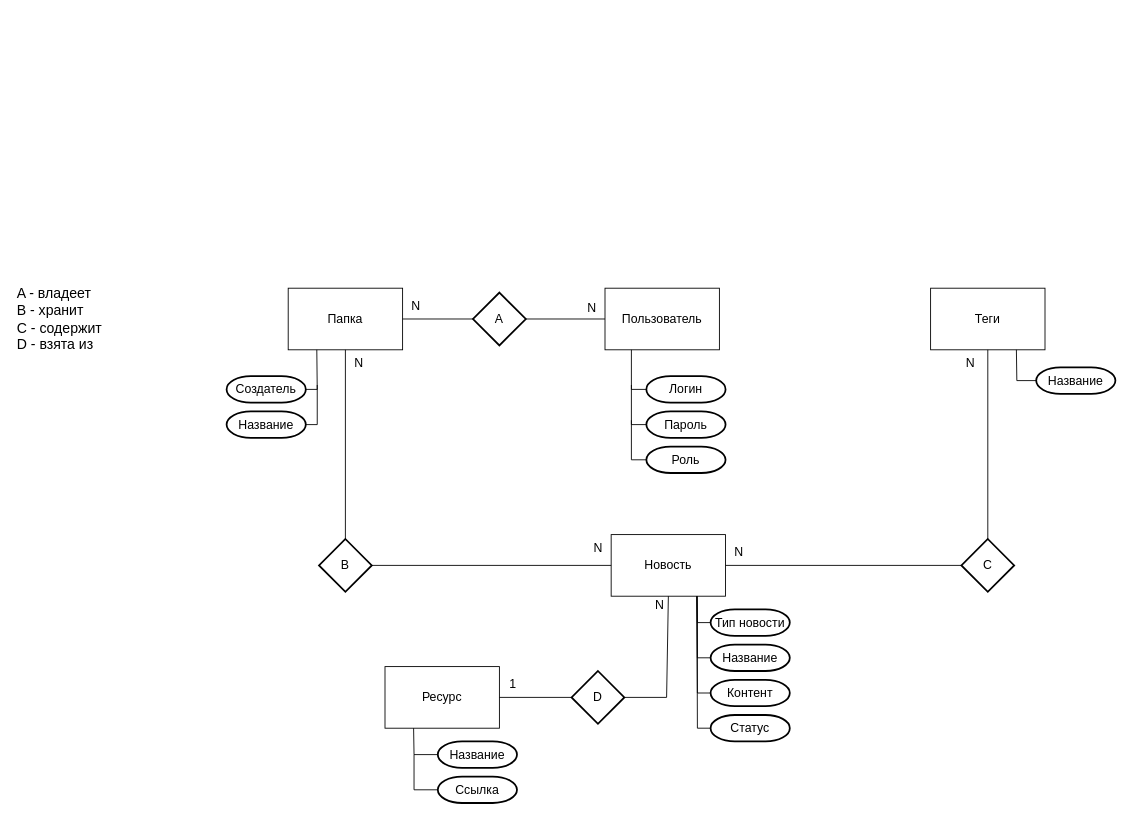
Before: графический материал/ER-diagrama.drawio in ApsilonXi/Hakaton2025Spring, a draw.io diagram. Source tidied: cells renumbered, new cells numbered last; positions are measured from the earlier drawing's top-left corner, leaving out a move shared by most shapes. Both pictures are drawn from the tidied source at 88%, with x=0, y=0 at pixel (15, 279).
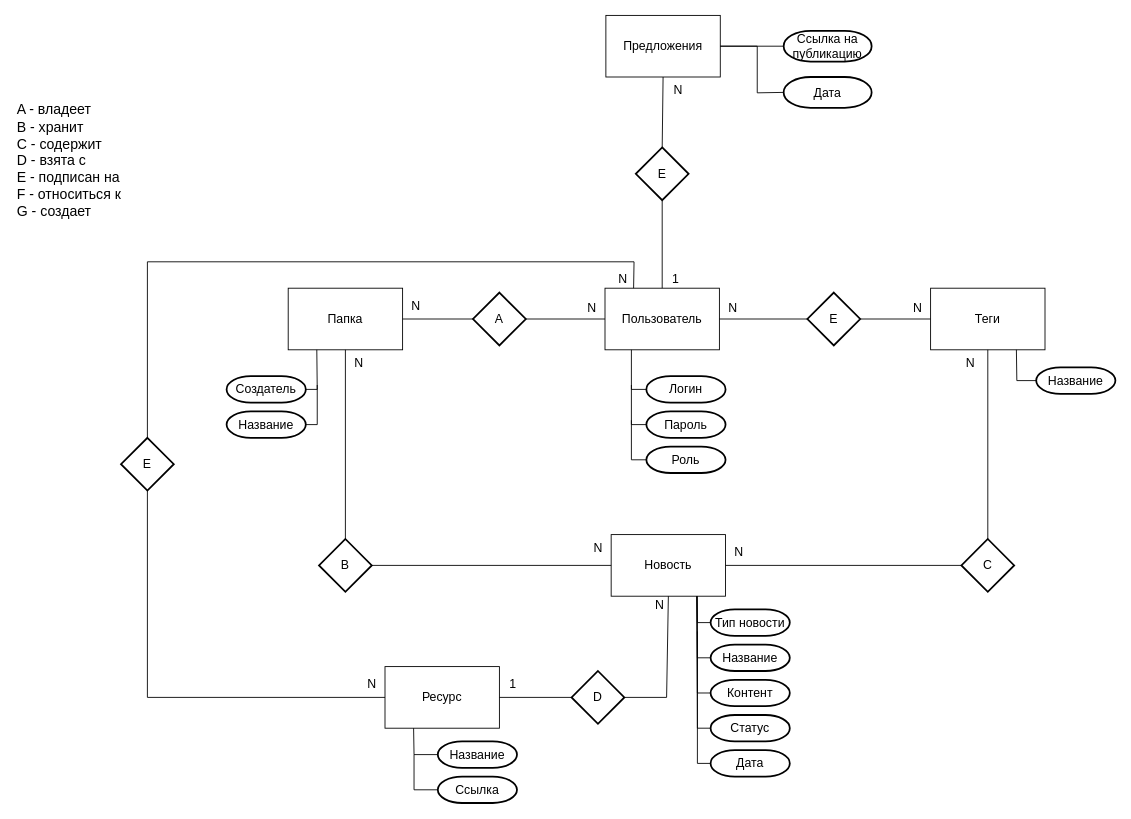
The same diagram, later.

Commit message (it also covers changes not shown here):
переписан метод смены пароля

The change refers to these unchanged cells:
```xml
<mxCell id="2" value="&lt;font style=&quot;font-size: 14px;&quot;&gt;Пользователь&lt;/font&gt;" style="rounded=0;whiteSpace=wrap;html=1;" parent="1" vertex="1">
  <mxGeometry x="670" y="10" width="130" height="70" as="geometry" />
</mxCell>
<mxCell id="5" value="&lt;span style=&quot;font-size: 14px;&quot;&gt;Теги&lt;/span&gt;" style="rounded=0;whiteSpace=wrap;html=1;" parent="1" vertex="1">
  <mxGeometry x="1040" y="10" width="130" height="70" as="geometry" />
</mxCell>
<mxCell id="29" value="&lt;span style=&quot;font-size: 14px;&quot;&gt;Ресурс&lt;/span&gt;" style="rounded=0;whiteSpace=wrap;html=1;" parent="1" vertex="1">
  <mxGeometry x="420" y="440" width="130" height="70" as="geometry" />
</mxCell>
```

What changed in the source:
```diff
@@
-    <mxCell id="17" value="&lt;font style=&quot;font-size: 16px;&quot;&gt;A - владеет&lt;/font&gt;&lt;div&gt;&lt;font style=&quot;font-size: 16px;&quot;&gt;B - хранит&lt;/font&gt;&lt;/div&gt;&lt;div&gt;&lt;font style=&quot;font-size: 16px;&quot;&gt;C - содержит&lt;/font&gt;&lt;/div&gt;&lt;div&gt;&lt;span style=&quot;font-size: 16px;&quot;&gt;D - взята из&lt;/span&gt;&lt;/div&gt;" style="text;html=1;align=left;verticalAlign=middle;strokeColor=none;fillColor=none;" parent="1" vertex="1">
-      <mxGeometry width="120" height="90" as="geometry" />
+    <mxCell id="17" value="&lt;font style=&quot;font-size: 16px;&quot;&gt;A - владеет&lt;/font&gt;&lt;div&gt;&lt;font style=&quot;font-size: 16px;&quot;&gt;B - хранит&lt;/font&gt;&lt;/div&gt;&lt;div&gt;&lt;font style=&quot;font-size: 16px;&quot;&gt;C - содержит&lt;/font&gt;&lt;/div&gt;&lt;div&gt;&lt;span style=&quot;font-size: 16px;&quot;&gt;D - взята с&lt;/span&gt;&lt;/div&gt;&lt;div&gt;&lt;span style=&quot;font-size: 16px;&quot;&gt;E - подписан на&lt;/span&gt;&lt;/div&gt;&lt;div&gt;&lt;span style=&quot;font-size: 16px;&quot;&gt;F - относиться к&lt;br&gt;G - создает&lt;/span&gt;&lt;/div&gt;" style="text;html=1;align=left;verticalAlign=middle;strokeColor=none;fillColor=none;" parent="1" vertex="1">
+      <mxGeometry y="-210" width="140" height="150" as="geometry" />
     </mxCell>
@@
+    <mxCell id="52" value="&lt;font style=&quot;font-size: 14px;&quot;&gt;Предложения&lt;/font&gt;" style="rounded=0;whiteSpace=wrap;html=1;" parent="1" vertex="1">
+      <mxGeometry x="671" y="-300" width="130" height="70" as="geometry" />
+    </mxCell>
+    <mxCell id="53" value="&lt;span style=&quot;font-size: 14px;&quot;&gt;E&lt;/span&gt;" style="strokeWidth=2;html=1;shape=mxgraph.flowchart.decision;whiteSpace=wrap;" parent="1" vertex="1">
+      <mxGeometry x="900" y="15" width="60" height="60" as="geometry" />
+    </mxCell>
+    <mxCell id="54" style="endArrow=none;html=1;rounded=0;exitX=1;exitY=0.5;exitDx=0;exitDy=0;entryX=0;entryY=0.5;entryDx=0;entryDy=0;entryPerimeter=0;" parent="1" edge="1" source="2" target="53">
+      <mxGeometry relative="1" as="geometry" />
+    </mxCell>
+    <mxCell id="55" style="endArrow=none;html=1;rounded=0;exitX=1;exitY=0.5;exitDx=0;exitDy=0;exitPerimeter=0;entryX=0;entryY=0.5;entryDx=0;entryDy=0;" parent="1" edge="1" source="53" target="5">
+      <mxGeometry relative="1" as="geometry" />
+    </mxCell>
+    <mxCell id="56" value="&lt;span style=&quot;font-size: 14px;&quot;&gt;Ссылка на публикацию&lt;/span&gt;" style="strokeWidth=2;html=1;shape=mxgraph.flowchart.terminator;whiteSpace=wrap;" parent="1" vertex="1">
+      <mxGeometry x="873" y="-282.5" width="100" height="35" as="geometry" />
+    </mxCell>
+    <mxCell id="57" style="endArrow=none;html=1;rounded=0;entryX=0;entryY=0.5;entryDx=0;entryDy=0;entryPerimeter=0;exitX=1;exitY=0.5;exitDx=0;exitDy=0;" parent="1" edge="1" source="52" target="56">
+      <mxGeometry relative="1" as="geometry" />
+    </mxCell>
+    <mxCell id="58" value="&lt;span style=&quot;font-size: 14px;&quot;&gt;Дата&lt;/span&gt;" style="strokeWidth=2;html=1;shape=mxgraph.flowchart.terminator;whiteSpace=wrap;" parent="1" vertex="1">
+      <mxGeometry x="873" y="-230" width="100" height="35" as="geometry" />
+    </mxCell>
+    <mxCell id="59" style="endArrow=none;html=1;rounded=0;entryX=0;entryY=0.5;entryDx=0;entryDy=0;entryPerimeter=0;exitX=1;exitY=0.5;exitDx=0;exitDy=0;" parent="1" edge="1" source="52" target="58">
+      <mxGeometry relative="1" as="geometry">
+        <Array as="points">
+          <mxPoint x="843" y="-265" />
+          <mxPoint x="843" y="-212" />
+        </Array>
+      </mxGeometry>
+    </mxCell>
+    <mxCell id="60" value="&lt;span style=&quot;font-size: 14px;&quot;&gt;E&lt;/span&gt;" style="strokeWidth=2;html=1;shape=mxgraph.flowchart.decision;whiteSpace=wrap;" parent="1" vertex="1">
+      <mxGeometry x="120" y="180" width="60" height="60" as="geometry" />
+    </mxCell>
+    <mxCell id="61" style="endArrow=none;html=1;rounded=0;entryX=0.25;entryY=0;entryDx=0;entryDy=0;exitX=0.5;exitY=0;exitDx=0;exitDy=0;exitPerimeter=0;" parent="1" edge="1" source="60" target="2">
+      <mxGeometry relative="1" as="geometry">
+        <Array as="points">
+          <mxPoint x="150" y="-20" />
+          <mxPoint x="703" y="-20" />
+        </Array>
+      </mxGeometry>
+    </mxCell>
+    <mxCell id="62" style="endArrow=none;html=1;rounded=0;entryX=0.5;entryY=1;entryDx=0;entryDy=0;entryPerimeter=0;exitX=0;exitY=0.5;exitDx=0;exitDy=0;" parent="1" edge="1" source="29" target="60">
+      <mxGeometry relative="1" as="geometry">
+        <Array as="points">
+          <mxPoint x="150" y="475" />
+        </Array>
+      </mxGeometry>
+    </mxCell>
+    <mxCell id="63" value="&lt;span style=&quot;font-size: 14px;&quot;&gt;E&lt;/span&gt;" style="strokeWidth=2;html=1;shape=mxgraph.flowchart.decision;whiteSpace=wrap;" parent="1" vertex="1">
+      <mxGeometry x="705" y="-150" width="60" height="60" as="geometry" />
+    </mxCell>
+    <mxCell id="64" style="endArrow=none;html=1;rounded=0;entryX=0.5;entryY=1;entryDx=0;entryDy=0;exitX=0.5;exitY=0;exitDx=0;exitDy=0;exitPerimeter=0;" parent="1" edge="1" source="63" target="52">
+      <mxGeometry relative="1" as="geometry" />
+    </mxCell>
+    <mxCell id="65" style="endArrow=none;html=1;rounded=0;entryX=0.5;entryY=1;entryDx=0;entryDy=0;entryPerimeter=0;exitX=0.5;exitY=0;exitDx=0;exitDy=0;" parent="1" edge="1" source="2" target="63">
+      <mxGeometry relative="1" as="geometry" />
+    </mxCell>
+    <mxCell id="66" value="&lt;span style=&quot;font-size: 14px;&quot;&gt;N&lt;/span&gt;" style="text;html=1;align=center;verticalAlign=middle;strokeColor=none;fillColor=none;" parent="1" vertex="1">
+      <mxGeometry x="675" y="-15" width="30" height="30" as="geometry" />
+    </mxCell>
+    <mxCell id="67" value="&lt;span style=&quot;font-size: 14px;&quot;&gt;N&lt;/span&gt;" style="text;html=1;align=center;verticalAlign=middle;strokeColor=none;fillColor=none;" parent="1" vertex="1">
+      <mxGeometry x="390" y="445" width="30" height="30" as="geometry" />
+    </mxCell>
+    <mxCell id="68" value="&lt;span style=&quot;font-size: 14px;&quot;&gt;N&lt;/span&gt;" style="text;html=1;align=center;verticalAlign=middle;strokeColor=none;fillColor=none;" parent="1" vertex="1">
+      <mxGeometry x="800" y="18" width="30" height="30" as="geometry" />
+    </mxCell>
+    <mxCell id="69" value="&lt;span style=&quot;font-size: 14px;&quot;&gt;N&lt;/span&gt;" style="text;html=1;align=center;verticalAlign=middle;strokeColor=none;fillColor=none;" parent="1" vertex="1">
+      <mxGeometry x="1010" y="18" width="30" height="30" as="geometry" />
+    </mxCell>
+    <mxCell id="70" value="&lt;span style=&quot;font-size: 14px;&quot;&gt;1&lt;/span&gt;" style="text;html=1;align=center;verticalAlign=middle;strokeColor=none;fillColor=none;" parent="1" vertex="1">
+      <mxGeometry x="735" y="-15" width="30" height="30" as="geometry" />
+    </mxCell>
+    <mxCell id="71" value="&lt;span style=&quot;font-size: 14px;&quot;&gt;N&lt;/span&gt;" style="text;html=1;align=center;verticalAlign=middle;strokeColor=none;fillColor=none;" parent="1" vertex="1">
+      <mxGeometry x="738" y="-230" width="30" height="30" as="geometry" />
+    </mxCell>
+    <mxCell id="72" value="&lt;span style=&quot;font-size: 14px;&quot;&gt;Дата&lt;/span&gt;" style="strokeWidth=2;html=1;shape=mxgraph.flowchart.terminator;whiteSpace=wrap;" parent="1" vertex="1">
+      <mxGeometry x="790" y="535" width="90" height="30" as="geometry" />
+    </mxCell>
+    <mxCell id="73" style="endArrow=none;html=1;rounded=0;exitX=0;exitY=0.5;exitDx=0;exitDy=0;exitPerimeter=0;entryX=0.75;entryY=1;entryDx=0;entryDy=0;" parent="1" edge="1">
+      <mxGeometry relative="1" as="geometry">
+        <mxPoint x="790" y="550" as="sourcePoint" />
+        <mxPoint x="775" y="400" as="targetPoint" />
+        <Array as="points">
+          <mxPoint x="775" y="550" />
+        </Array>
+      </mxGeometry>
+    </mxCell>
```
